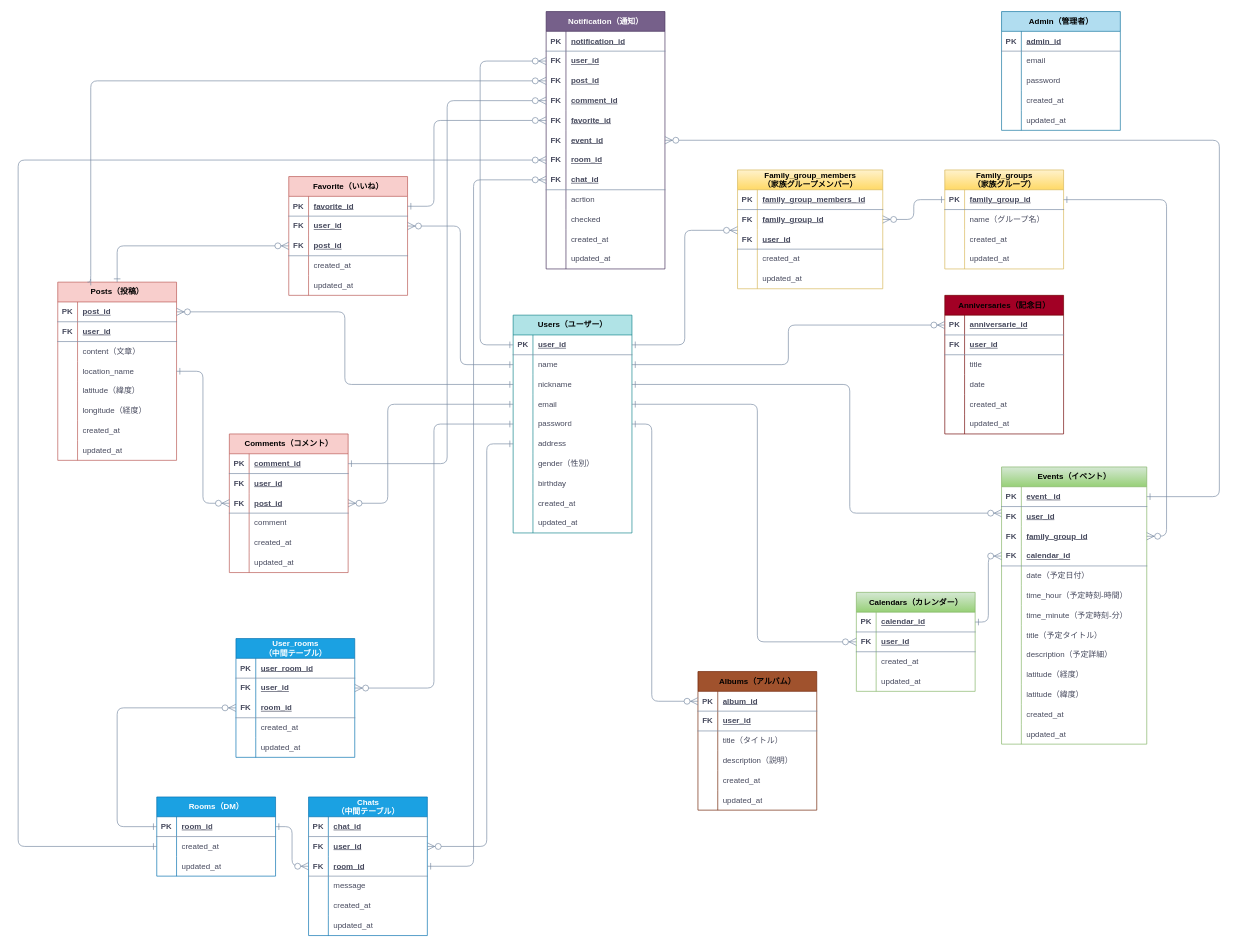
The draw.io diagram 家族インフラ.drawio in Ganmo3/drawio, before the edit. Source tidied: cells renumbered, new cells numbered last; positions are measured from the earlier drawing's top-left corner, leaving out a move shared by most shapes. Both pictures are drawn from the tidied source at 66%, with x=0, y=0 at pixel (18, -22).
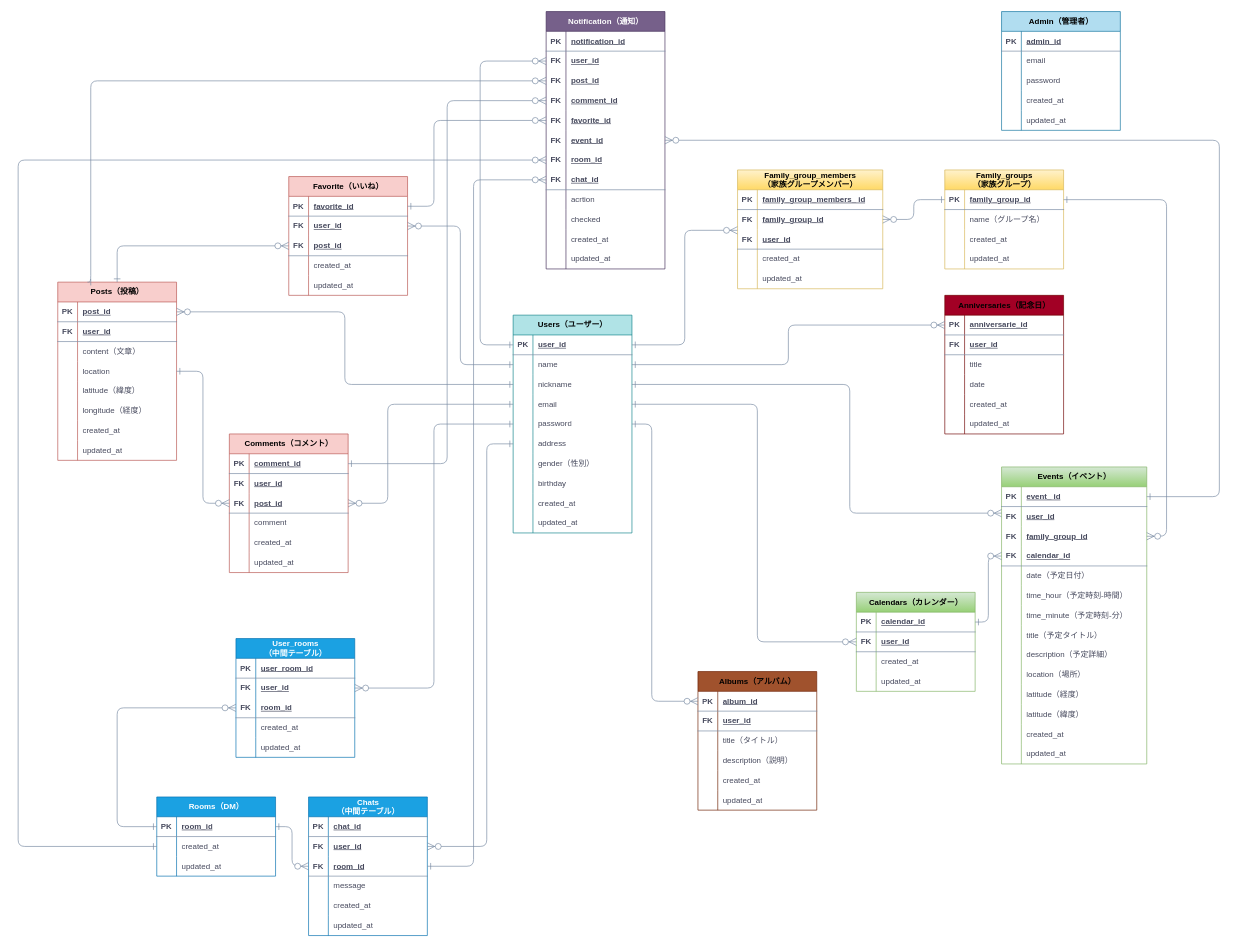
The same diagram, later.

Commit message (it also covers changes not shown here):
家族インフラ.drawio を更新します

Unchanged cells that the change refers to:
```xml
<mxCell id="100" style="shape=tableRow;horizontal=0;startSize=0;swimlaneHead=0;swimlaneBody=0;fillColor=none;points=[[0,0.5],[1,0.5]];portConstraint=eastwest;top=0;left=0;right=0;bottom=0;strokeColor=#788AA3;fontFamily=Helvetica;fontSize=12;fontColor=#46495D;html=1;labelBackgroundColor=none;" parent="90" vertex="1">
  <mxGeometry y="120" width="180" height="30" as="geometry" />
</mxCell>
```

Change to the diagram source:
```diff
@@
-    <mxCell id="102" value="location_name" style="shape=partialRectangle;fillColor=none;top=0;left=0;bottom=0;right=0;align=left;spacingLeft=6;overflow=hidden;whiteSpace=wrap;html=1;strokeColor=#788AA3;fontFamily=Helvetica;fontSize=12;fontColor=#46495D;startSize=23;labelBackgroundColor=none;" parent="100" vertex="1">
+    <mxCell id="102" value="location" style="shape=partialRectangle;fillColor=none;top=0;left=0;bottom=0;right=0;align=left;spacingLeft=6;overflow=hidden;whiteSpace=wrap;html=1;strokeColor=#788AA3;fontFamily=Helvetica;fontSize=12;fontColor=#46495D;startSize=23;labelBackgroundColor=none;" parent="100" vertex="1">
       <mxGeometry x="30" width="150" height="30" as="geometry" />
     </mxCell>
@@
     <mxCell id="145" value="Events（イベント）" style="shape=table;startSize=30;childLayout=tableLayout;rowLines=0;fontStyle=1;align=center;html=1;strokeColor=#82b366;fontFamily=Helvetica;fontSize=12;fillColor=#d5e8d4;labelBackgroundColor=none;gradientColor=#97d077;" parent="1" vertex="1">
-      <mxGeometry x="1490" y="740" width="220" height="420" as="geometry" />
+      <mxGeometry x="1490" y="740" width="220" height="450" as="geometry" />
     </mxCell>
@@
+    <mxCell id="341" style="shape=tableRow;horizontal=0;startSize=0;swimlaneHead=0;swimlaneBody=0;fillColor=none;top=0;left=0;right=0;bottom=0;strokeColor=#788AA3;fontFamily=Helvetica;fontSize=12;fontColor=#46495D;html=1;labelBackgroundColor=none;" parent="145" vertex="1">
+      <mxGeometry y="300" width="220" height="30" as="geometry" />
+    </mxCell>
+    <mxCell id="342" style="shape=partialRectangle;fillColor=none;top=0;left=0;bottom=0;right=0;overflow=hidden;whiteSpace=wrap;html=1;strokeColor=#788AA3;fontFamily=Helvetica;fontSize=12;fontColor=#46495D;startSize=23;labelBackgroundColor=none;" parent="341" vertex="1">
+      <mxGeometry width="30" height="30" as="geometry" />
+    </mxCell>
+    <mxCell id="343" value="location（場所）" style="shape=partialRectangle;fillColor=none;top=0;left=0;bottom=0;right=0;align=left;spacingLeft=6;overflow=hidden;whiteSpace=wrap;html=1;strokeColor=#788AA3;fontFamily=Helvetica;fontSize=12;fontColor=#46495D;startSize=23;labelBackgroundColor=none;" parent="341" vertex="1">
+      <mxGeometry x="30" width="190" height="30" as="geometry" />
+    </mxCell>
     <mxCell id="173" style="shape=tableRow;horizontal=0;startSize=0;swimlaneHead=0;swimlaneBody=0;fillColor=none;top=0;left=0;right=0;bottom=0;strokeColor=#788AA3;fontFamily=Helvetica;fontSize=12;fontColor=#46495D;html=1;labelBackgroundColor=none;" parent="145" vertex="1">
-      <mxGeometry y="300" width="220" height="30" as="geometry" />
+      <mxGeometry y="330" width="220" height="30" as="geometry" />
     </mxCell>
@@
     <mxCell id="176" style="shape=tableRow;horizontal=0;startSize=0;swimlaneHead=0;swimlaneBody=0;fillColor=none;top=0;left=0;right=0;bottom=0;strokeColor=#788AA3;fontFamily=Helvetica;fontSize=12;fontColor=#46495D;html=1;labelBackgroundColor=none;" parent="145" vertex="1">
-      <mxGeometry y="330" width="220" height="30" as="geometry" />
+      <mxGeometry y="360" width="220" height="30" as="geometry" />
     </mxCell>
@@
     <mxCell id="179" style="shape=tableRow;horizontal=0;startSize=0;swimlaneHead=0;swimlaneBody=0;fillColor=none;top=0;left=0;right=0;bottom=0;strokeColor=#788AA3;fontFamily=Helvetica;fontSize=12;fontColor=#46495D;html=1;labelBackgroundColor=none;" parent="145" vertex="1">
-      <mxGeometry y="360" width="220" height="30" as="geometry" />
+      <mxGeometry y="390" width="220" height="30" as="geometry" />
     </mxCell>
@@
     <mxCell id="182" style="shape=tableRow;horizontal=0;startSize=0;swimlaneHead=0;swimlaneBody=0;fillColor=none;top=0;left=0;right=0;bottom=0;strokeColor=#788AA3;fontFamily=Helvetica;fontSize=12;fontColor=#46495D;html=1;labelBackgroundColor=none;" parent="145" vertex="1">
-      <mxGeometry y="390" width="220" height="30" as="geometry" />
+      <mxGeometry y="420" width="220" height="30" as="geometry" />
     </mxCell>
```
